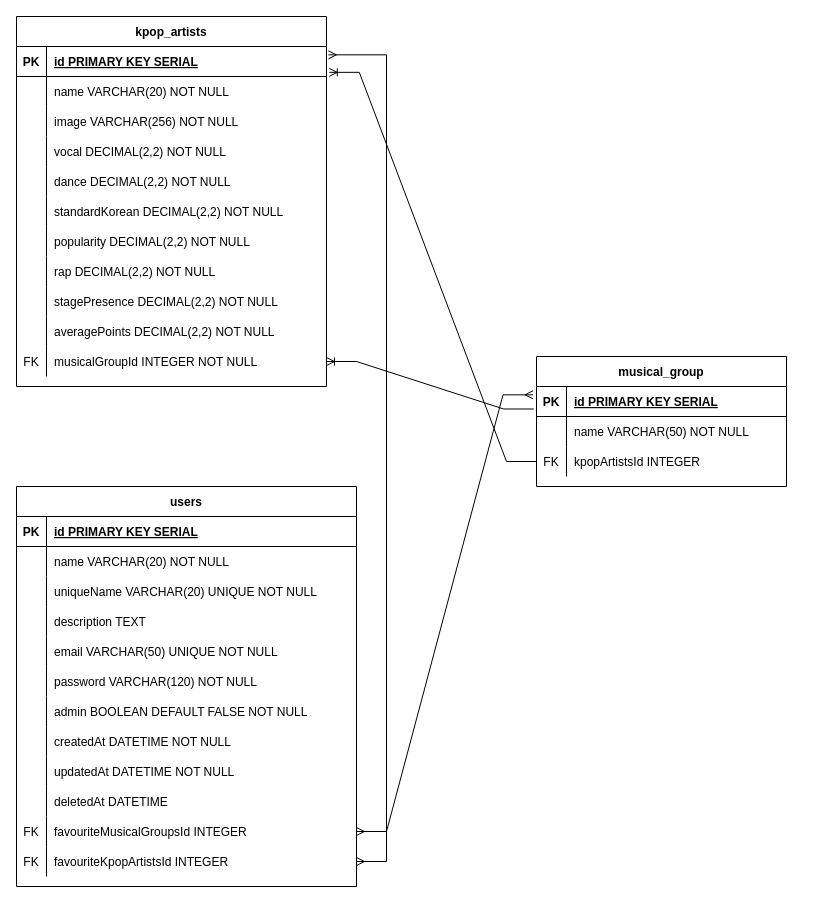
Lelouching/kpop-social-media-back-end keeps this draw.io diagram as diagramaBackEnd.drawio. Above is the earlier version. Source tidied: cells renumbered, new cells numbered last; positions are measured from the earlier drawing's top-left corner, leaving out a move shared by most shapes. Both pictures are drawn from the tidied source at 100%, with x=0, y=0 at pixel (16, 16).
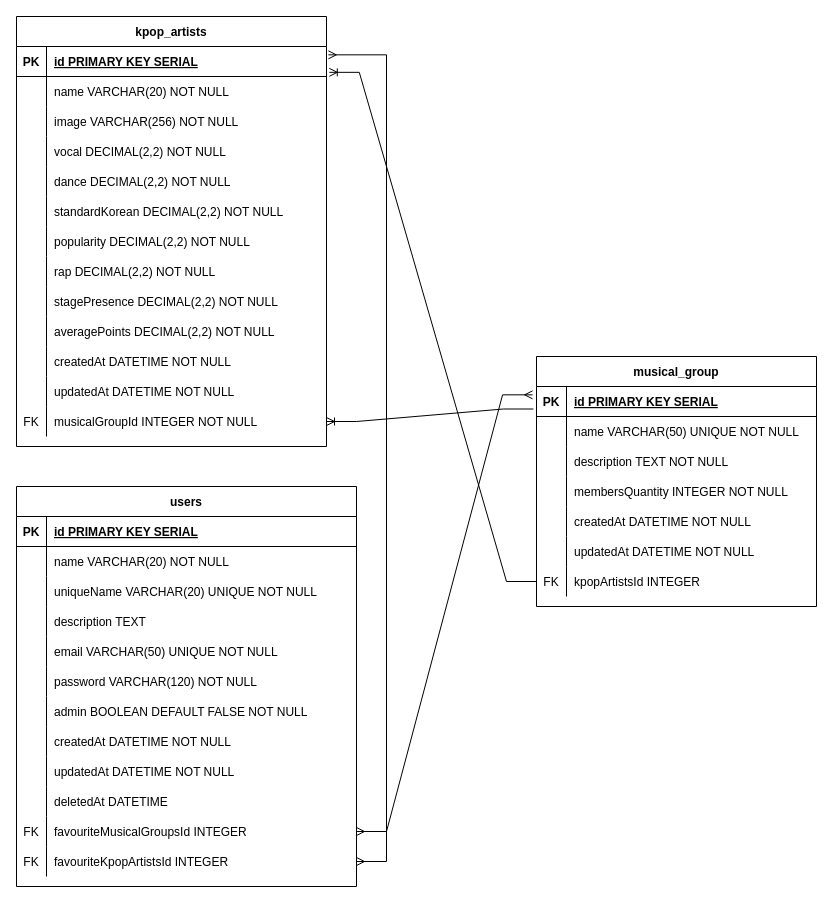
The same page after the edit.

What changed in the source:
```diff
@@
     <mxCell id="2" value="musical_group" style="shape=table;startSize=30;childLayout=tableLayout;rowLines=0;fontStyle=1;align=center;labelBackgroundColor=none;" parent="1" vertex="1">
-      <mxGeometry x="520" y="340" width="250" height="130" as="geometry" />
+      <mxGeometry x="520" y="340" width="280" height="250" as="geometry" />
     </mxCell>
     <mxCell id="3" style="shape=partialRectangle;fillColor=none;points=[[0,0.5],[1,0.5]];portConstraint=eastwest;top=0;left=0;right=0;bottom=1;labelBackgroundColor=none;" parent="2" vertex="1">
-      <mxGeometry y="30" width="250" height="30" as="geometry" />
+      <mxGeometry y="30" width="280" height="30" as="geometry" />
     </mxCell>
@@
     <mxCell id="5" value="id PRIMARY KEY SERIAL" style="shape=partialRectangle;overflow=hidden;fillColor=none;top=0;left=0;bottom=0;right=0;align=left;spacingLeft=6;fontStyle=5;labelBackgroundColor=none;" parent="3" vertex="1">
-      <mxGeometry x="30" width="220" height="30" as="geometry" />
+      <mxGeometry x="30" width="250" height="30" as="geometry" />
     </mxCell>
     <mxCell id="6" style="shape=partialRectangle;fillColor=none;top=0;left=0;right=0;bottom=0;labelBackgroundColor=none;" parent="2" vertex="1">
-      <mxGeometry y="60" width="250" height="30" as="geometry" />
+      <mxGeometry y="60" width="280" height="30" as="geometry" />
     </mxCell>
@@
-    <mxCell id="8" value="name VARCHAR(50) NOT NULL" style="shape=partialRectangle;overflow=hidden;fillColor=none;top=0;left=0;bottom=0;right=0;align=left;spacingLeft=6;labelBackgroundColor=none;" parent="6" vertex="1">
-      <mxGeometry x="30" width="220" height="30" as="geometry" />
+    <mxCell id="8" value="name VARCHAR(50) UNIQUE NOT NULL" style="shape=partialRectangle;overflow=hidden;fillColor=none;top=0;left=0;bottom=0;right=0;align=left;spacingLeft=6;labelBackgroundColor=none;" parent="6" vertex="1">
+      <mxGeometry x="30" width="250" height="30" as="geometry" />
     </mxCell>
+    <mxCell id="87" style="shape=partialRectangle;fillColor=none;top=0;left=0;right=0;bottom=0;labelBackgroundColor=none;" parent="2" vertex="1">
+      <mxGeometry y="90" width="280" height="30" as="geometry" />
+    </mxCell>
+    <mxCell id="88" style="shape=partialRectangle;overflow=hidden;fillColor=none;top=0;left=0;bottom=0;right=0;labelBackgroundColor=none;" parent="87" vertex="1">
+      <mxGeometry width="30" height="30" as="geometry" />
+    </mxCell>
+    <mxCell id="89" value="description TEXT NOT NULL" style="shape=partialRectangle;overflow=hidden;fillColor=none;top=0;left=0;bottom=0;right=0;align=left;spacingLeft=6;labelBackgroundColor=none;" parent="87" vertex="1">
+      <mxGeometry x="30" width="250" height="30" as="geometry" />
+    </mxCell>
+    <mxCell id="90" style="shape=partialRectangle;fillColor=none;top=0;left=0;right=0;bottom=0;labelBackgroundColor=none;" parent="2" vertex="1">
+      <mxGeometry y="120" width="280" height="30" as="geometry" />
+    </mxCell>
+    <mxCell id="91" style="shape=partialRectangle;overflow=hidden;fillColor=none;top=0;left=0;bottom=0;right=0;labelBackgroundColor=none;" parent="90" vertex="1">
+      <mxGeometry width="30" height="30" as="geometry" />
+    </mxCell>
+    <mxCell id="92" value="membersQuantity INTEGER NOT NULL" style="shape=partialRectangle;overflow=hidden;fillColor=none;top=0;left=0;bottom=0;right=0;align=left;spacingLeft=6;labelBackgroundColor=none;" parent="90" vertex="1">
+      <mxGeometry x="30" width="250" height="30" as="geometry" />
+    </mxCell>
+    <mxCell id="93" style="shape=partialRectangle;fillColor=none;top=0;left=0;right=0;bottom=0;labelBackgroundColor=none;" parent="2" vertex="1">
+      <mxGeometry y="150" width="280" height="30" as="geometry" />
+    </mxCell>
+    <mxCell id="94" style="shape=partialRectangle;overflow=hidden;fillColor=none;top=0;left=0;bottom=0;right=0;labelBackgroundColor=none;" parent="93" vertex="1">
+      <mxGeometry width="30" height="30" as="geometry" />
+    </mxCell>
+    <mxCell id="95" value="createdAt DATETIME NOT NULL" style="shape=partialRectangle;overflow=hidden;fillColor=none;top=0;left=0;bottom=0;right=0;align=left;spacingLeft=6;labelBackgroundColor=none;" parent="93" vertex="1">
+      <mxGeometry x="30" width="250" height="30" as="geometry" />
+    </mxCell>
+    <mxCell id="96" style="shape=partialRectangle;fillColor=none;top=0;left=0;right=0;bottom=0;labelBackgroundColor=none;" parent="2" vertex="1">
+      <mxGeometry y="180" width="280" height="30" as="geometry" />
+    </mxCell>
+    <mxCell id="97" style="shape=partialRectangle;overflow=hidden;fillColor=none;top=0;left=0;bottom=0;right=0;labelBackgroundColor=none;" parent="96" vertex="1">
+      <mxGeometry width="30" height="30" as="geometry" />
+    </mxCell>
+    <mxCell id="98" value="updatedAt DATETIME NOT NULL" style="shape=partialRectangle;overflow=hidden;fillColor=none;top=0;left=0;bottom=0;right=0;align=left;spacingLeft=6;labelBackgroundColor=none;" parent="96" vertex="1">
+      <mxGeometry x="30" width="250" height="30" as="geometry" />
+    </mxCell>
     <mxCell id="9" style="shape=partialRectangle;fillColor=none;points=[[0,0.5],[1,0.5]];portConstraint=eastwest;top=0;left=0;right=0;bottom=0;labelBackgroundColor=none;" parent="2" vertex="1">
-      <mxGeometry y="90" width="250" height="30" as="geometry" />
+      <mxGeometry y="210" width="280" height="30" as="geometry" />
     </mxCell>
@@
     <mxCell id="11" value="kpopArtistsId INTEGER" style="shape=partialRectangle;overflow=hidden;fillColor=none;top=0;left=0;bottom=0;right=0;align=left;spacingLeft=6;labelBackgroundColor=none;" parent="9" vertex="1">
-      <mxGeometry x="30" width="220" height="30" as="geometry" />
+      <mxGeometry x="30" width="250" height="30" as="geometry" />
     </mxCell>
@@
     <mxCell id="49" value="kpop_artists" style="shape=table;startSize=30;childLayout=tableLayout;rowLines=0;fontStyle=1;align=center;labelBackgroundColor=none;" parent="1" vertex="1">
-      <mxGeometry width="310" height="370" as="geometry" />
+      <mxGeometry width="310" height="430" as="geometry" />
     </mxCell>
@@
+    <mxCell id="99" style="shape=partialRectangle;fillColor=none;top=0;left=0;right=0;bottom=0;labelBackgroundColor=none;" parent="49" vertex="1">
+      <mxGeometry y="330" width="310" height="30" as="geometry" />
+    </mxCell>
+    <mxCell id="100" style="shape=partialRectangle;overflow=hidden;fillColor=none;top=0;left=0;bottom=0;right=0;labelBackgroundColor=none;" parent="99" vertex="1">
+      <mxGeometry width="30" height="30" as="geometry" />
+    </mxCell>
+    <mxCell id="101" value="createdAt DATETIME NOT NULL" style="shape=partialRectangle;overflow=hidden;fillColor=none;top=0;left=0;bottom=0;right=0;align=left;spacingLeft=6;labelBackgroundColor=none;" parent="99" vertex="1">
+      <mxGeometry x="30" width="280" height="30" as="geometry" />
+    </mxCell>
+    <mxCell id="102" style="shape=partialRectangle;fillColor=none;top=0;left=0;right=0;bottom=0;labelBackgroundColor=none;" parent="49" vertex="1">
+      <mxGeometry y="360" width="310" height="30" as="geometry" />
+    </mxCell>
+    <mxCell id="103" style="shape=partialRectangle;overflow=hidden;fillColor=none;top=0;left=0;bottom=0;right=0;labelBackgroundColor=none;" parent="102" vertex="1">
+      <mxGeometry width="30" height="30" as="geometry" />
+    </mxCell>
+    <mxCell id="104" value="updatedAt DATETIME NOT NULL" style="shape=partialRectangle;overflow=hidden;fillColor=none;top=0;left=0;bottom=0;right=0;align=left;spacingLeft=6;labelBackgroundColor=none;" parent="102" vertex="1">
+      <mxGeometry x="30" width="280" height="30" as="geometry" />
+    </mxCell>
     <mxCell id="80" style="shape=partialRectangle;fillColor=none;points=[[0,0.5],[1,0.5]];portConstraint=eastwest;top=0;left=0;right=0;bottom=0;labelBackgroundColor=none;" parent="49" vertex="1">
-      <mxGeometry y="330" width="310" height="30" as="geometry" />
+      <mxGeometry y="390" width="310" height="30" as="geometry" />
     </mxCell>
```
